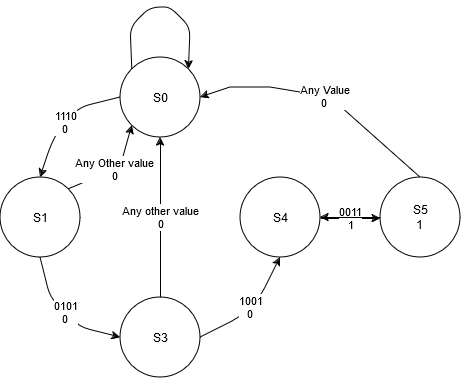
Above: Circuit 7/Circuit 7/Circuit_7_Diagram.drawio.png in WinstonRoller/Portfolio (draw.io), before the change. Source tidied: cells renumbered, new cells last; positions are measured from the earlier drawing's top-left corner, leaving out a move shared by most shapes.
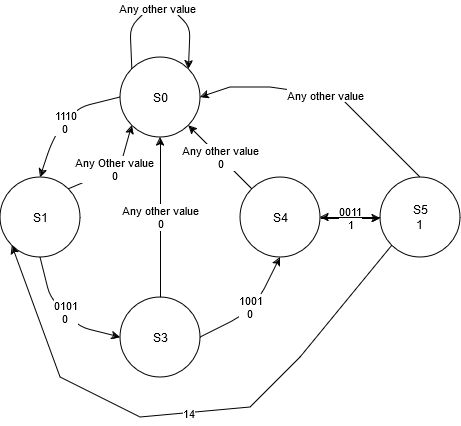
After the commit.

What changed in the source:
```diff
@@ -58,6 +58,9 @@
         </Array>
       </mxGeometry>
     </mxCell>
+    <mxCell id="16" value="Any other value" style="edgeLabel;html=1;align=center;verticalAlign=middle;" parent="11" vertex="1">
+      <mxGeometry x="-0.04" relative="1" as="geometry" />
+    </mxCell>
     <mxCell id="12" value="&lt;div&gt;Any Other value&lt;/div&gt;0" style="endArrow=classic;html=1;rounded=0;exitX=1;exitY=0;exitDx=0;exitDy=0;entryX=0;entryY=1;entryDx=0;entryDy=0;" parent="1" edge="1" source="3" target="2">
       <mxGeometry relative="1" as="geometry">
         <Array as="points">
@@ -71,14 +74,32 @@
     <mxCell id="14" value="&lt;div&gt;S5&lt;/div&gt;&lt;div&gt;1&lt;br&gt;&lt;/div&gt;" style="ellipse;whiteSpace=wrap;html=1;" parent="1" vertex="1">
       <mxGeometry x="380" y="170" width="80" height="80" as="geometry" />
     </mxCell>
-    <mxCell id="15" value="&lt;div&gt;Any Value&lt;/div&gt;&lt;div&gt;0&lt;br&gt;&lt;/div&gt;" style="endArrow=classic;html=1;rounded=0;entryX=1;entryY=0.5;entryDx=0;entryDy=0;exitX=0.5;exitY=0;exitDx=0;exitDy=0;" parent="1" edge="1" source="14" target="2">
+    <mxCell id="15" value="&lt;div&gt;Any other value&lt;/div&gt;" style="endArrow=classic;html=1;rounded=0;entryX=1;entryY=0.5;entryDx=0;entryDy=0;exitX=0.5;exitY=0;exitDx=0;exitDy=0;" parent="1" edge="1" source="14" target="2">
       <mxGeometry relative="1" as="geometry">
         <Array as="points">
-          <mxPoint x="330" y="90" />
+          <mxPoint x="340" y="90" />
           <mxPoint x="270" y="80" />
           <mxPoint x="230" y="80" />
         </Array>
       </mxGeometry>
     </mxCell>
+    <mxCell id="17" value="Any other value&lt;br&gt;0" style="endArrow=classic;html=1;rounded=1;curved=0;entryX=1;entryY=1;entryDx=0;entryDy=0;exitX=0;exitY=0;exitDx=0;exitDy=0;" parent="1" edge="1" source="7" target="2">
+      <mxGeometry relative="1" as="geometry">
+        <Array as="points">
+          <mxPoint x="230" y="160" />
+          <mxPoint x="210" y="140" />
+        </Array>
+      </mxGeometry>
+    </mxCell>
+    <mxCell id="18" value="14" style="endArrow=classic;html=1;rounded=0;entryX=0;entryY=1;entryDx=0;entryDy=0;exitX=0;exitY=1;exitDx=0;exitDy=0;" parent="1" edge="1" source="14" target="3">
+      <mxGeometry relative="1" as="geometry">
+        <Array as="points">
+          <mxPoint x="300" y="350" />
+          <mxPoint x="250" y="400" />
+          <mxPoint x="140" y="410" />
+          <mxPoint x="60" y="370" />
+        </Array>
+      </mxGeometry>
+    </mxCell>
   </root>
 </mxGraphModel>
```
